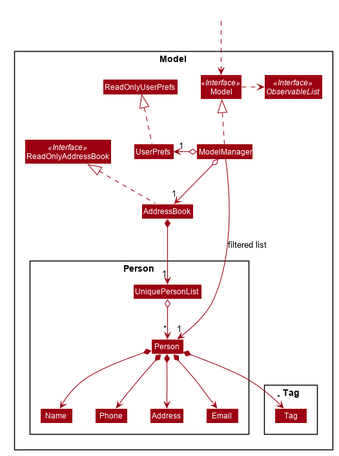
nus-cs2103-AY1920S2/addressbook-level3 keeps this PlantUML diagram as docs/images/ModelClassDiagram.png. Above is the earlier version.
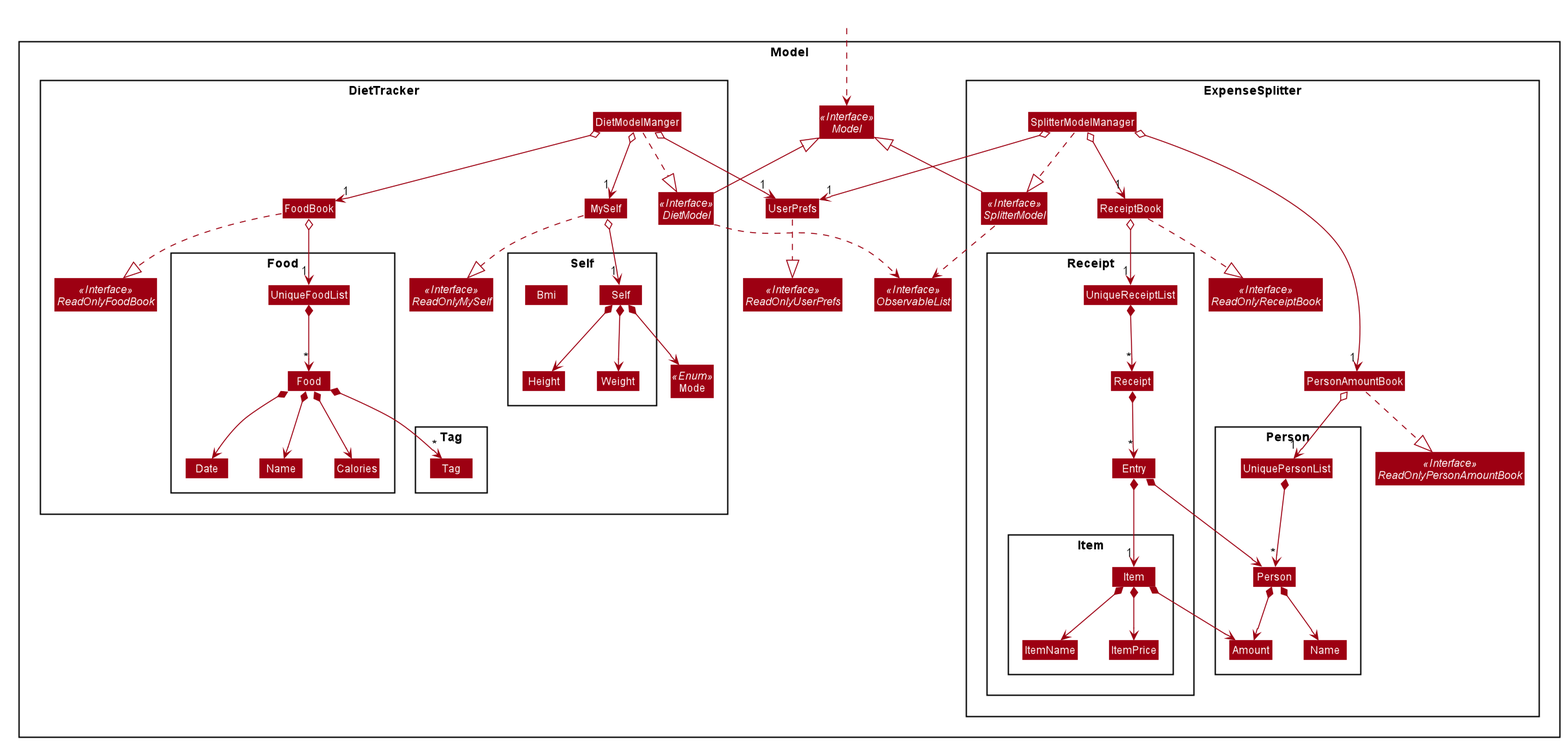
After the commit.

Commit message:
Update Model, UI, Storage and Logic Diagram.

Diff of the diagram source:
```diff
@@ -51,53 +51,118 @@
 skinparam arrowColor #9D0012
 skinparam classBackgroundColor #9D0012
 
-Package Model <<Rectangle>>{
-Interface ReadOnlyAddressBook <<Interface>>
+Package Model {
 Interface Model <<Interface>>
+Class UserPrefs
+Interface ReadOnlyUserPrefs <<Interface>>
 Interface ObservableList <<Interface>>
-Class AddressBook
-Class ReadOnlyAddressBook
-Class Model
-Class ModelManager
-Class UserPrefs
-Class ReadOnlyUserPrefs
 
-Package Person {
-Class Person
-Class Address
-Class Email
-Class Name
-Class Phone
-Class UniquePersonList
+Package DietTracker {
+Interface DietModel <<Interface>>
+Interface ReadOnlyFoodBook <<Interface>>
+Interface ReadOnlyMySelf <<Interface>>
+Class DietModelManger
+Class FoodBook
+Class MySelf
+Enum Mode <<Enum>>
+
+Package Food {
+Class UniqueFoodList
+Class Food
+Class "Name" as fName
+Class Calories
+Class Date
 }
-
+Package Self {
+Class Self
+Class Bmi
+Class Height
+Class Weight
+}
 Package Tag {
 Class Tag
 }
+
 }
+
+Package ExpenseSplitter {
+Interface SplitterModel <<Interface>>
+Interface ReadOnlyPersonAmountBook <<Interface>>
+Interface ReadOnlyReceiptBook <<Interface>>
+Class SplitterModelManager
+Class PersonAmountBook
+Class ReceiptBook
+
+Package Person {
+Class UniquePersonList
+Class Person
+Class "Name" as pName
+Class Amount
+}
+
+Package Receipt {
+Class UniqueReceiptList
+Class Receipt
+Class Entry
+
+Package Item {
+Class Item
+Class ItemName
+Class ItemPrice
+}
+}
+
+}
+
+}
+UserPrefs ..|> ReadOnlyUserPrefs
+DietModel ..> ObservableList
+SplitterModel ..> ObservableList
+
+
+DietModel -up-|> Model
+DietModelManger ..|> DietModel
+DietModelManger o-->"1" FoodBook
+DietModelManger o-->"1" MySelf
+DietModelManger o-->"1" UserPrefs
+FoodBook ..|> ReadOnlyFoodBook
+MySelf ..|> ReadOnlyMySelf
+
+FoodBook o-->"1" UniqueFoodList
+UniqueFoodList *-->"*" Food
+Food *--> fName
+Food *--> Calories
+Food *--> Date
+Food *-->"*" Tag
+MySelf o-->"1" Self
+Self *--> Height
+Self *--> Weight
+Self *--> Mode
+
+SplitterModel -up-|> Model
+SplitterModelManager ..|> SplitterModel
+SplitterModelManager o-->"1" PersonAmountBook
+SplitterModelManager o-->"1" ReceiptBook
+SplitterModelManager o-->"1" UserPrefs
+PersonAmountBook ..|> ReadOnlyPersonAmountBook
+ReceiptBook ..|> ReadOnlyReceiptBook
+
+PersonAmountBook o-->"1" UniquePersonList
+UniquePersonList *-->"*" Person
+Person *--> pName
+Person *--> Amount
+ReceiptBook o-->"1" UniqueReceiptList
+UniqueReceiptList *-->"*" Receipt
+Receipt *-->"*" Entry
+Entry *-->"1" Item
+Entry *--> Person
+Item *--> ItemName
+Item *--> ItemPrice
+Item *--> Amount
 
 Class HiddenOutside #FFFFFF
 HiddenOutside ..> Model
 
-AddressBook .up.|> ReadOnlyAddressBook
 
-ModelManager .up.|> Model
-Model .right.> ObservableList
-ModelManager o--> "1" AddressBook
-ModelManager o-left-> "1" UserPrefs
-UserPrefs .up.|> ReadOnlyUserPrefs
 
-AddressBook *--> "1" UniquePersonList
-UniquePersonList o--> "*" Person
-Person *--> Name
-Person *--> Phone
-Person *--> Email
-Person *--> Address
-Person *--> "*" Tag
-
-Name -[hidden]right-> Phone
-Phone -[hidden]right-> Address
-Address -[hidden]right-> Email
-
-ModelManager -->"1" Person : filtered list
 @enduml
```
